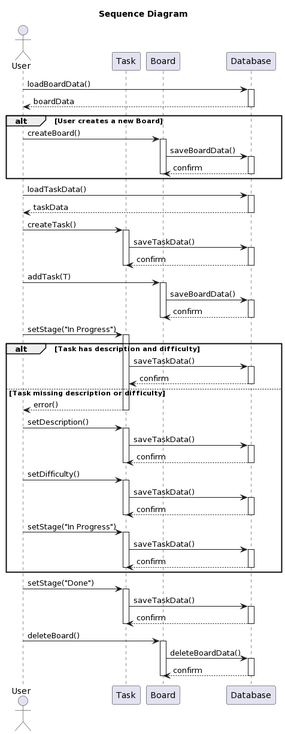
Before: diagrams/sequenceDiagram.png, a diagram exported from PlantUML (travisformayor/cli_kanban). Source of this version:
```plantuml
@startuml
title Sequence Diagram

actor User
participant "Task" as T
participant "Board" as B
participant "Database" as DB

User -> DB: loadBoardData()
activate DB
DB --> User: boardData
deactivate DB

alt User creates a new Board
  User -> B: createBoard()
  activate B
  B -> DB: saveBoardData()
  activate DB
  DB --> B: confirm
  deactivate DB
  deactivate B
end

User -> DB: loadTaskData()
activate DB
DB --> User: taskData
deactivate DB

User -> T: createTask()
activate T
T -> DB: saveTaskData()
activate DB
DB --> T: confirm
deactivate DB
deactivate T

User -> B: addTask(T)
activate B
B -> DB: saveBoardData()
activate DB
DB --> B: confirm
deactivate DB
deactivate B

User -> T: setStage("In Progress")
activate T
alt Task has description and difficulty
  T -> DB: saveTaskData()
  activate DB
  DB --> T: confirm
  deactivate DB
else Task missing description or difficulty
  T --> User: error()
  deactivate T
  User -> T: setDescription()
  activate T
  T -> DB: saveTaskData()
  activate DB
  DB --> T: confirm
  deactivate DB
  deactivate T
  User -> T: setDifficulty()
  activate T
  T -> DB: saveTaskData()
  activate DB
  DB --> T: confirm
  deactivate DB
  deactivate T
  User -> T: setStage("In Progress")
  activate T
  T -> DB: saveTaskData()
  activate DB
  DB --> T: confirm
  deactivate DB
  deactivate T
end

User -> T: setStage("Done")
activate T
T -> DB: saveTaskData()
activate DB
DB --> T: confirm
deactivate DB
deactivate T

User -> B: deleteBoard()
activate B
B -> DB: deleteBoardData()
activate DB
DB --> B: confirm
deactivate DB
deactivate B
@enduml
```
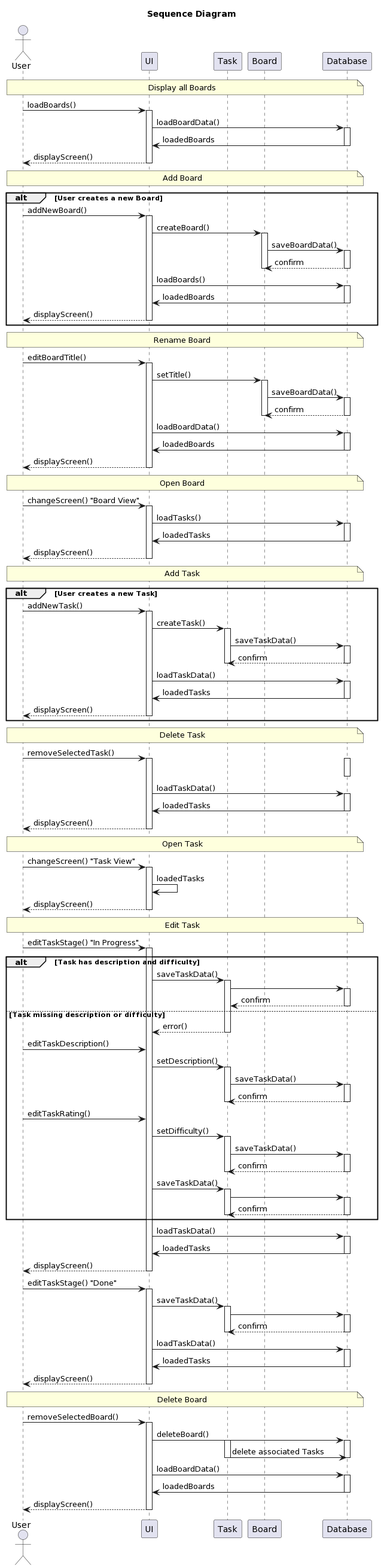
The same file after the commit.

Commit message:
update sequence diagram

Change to the diagram source:
```diff
@@ -2,92 +2,178 @@
 title Sequence Diagram
 
 actor User
+participant "UI" as UI
 participant "Task" as T
 participant "Board" as B
 participant "Database" as DB
 
-User -> DB: loadBoardData()
+note over User, DB: Display all Boards
+User -> UI: loadBoards()
+activate UI
+UI -> DB: loadBoardData()
 activate DB
-DB --> User: boardData
+DB -> UI: loadedBoards
 deactivate DB
+UI --> User: displayScreen()
+deactivate UI
 
+note over User, DB: Add Board
 alt User creates a new Board
-  User -> B: createBoard()
+  User -> UI: addNewBoard()
+  activate UI
+  UI -> B: createBoard()
   activate B
   B -> DB: saveBoardData()
   activate DB
   DB --> B: confirm
   deactivate DB
   deactivate B
+  UI -> DB: loadBoards()
+  activate DB
+  DB -> UI: loadedBoards
+  deactivate DB
+  UI --> User: displayScreen()
+  deactivate UI
 end
 
-User -> DB: loadTaskData()
-activate DB
-DB --> User: taskData
-deactivate DB
-
-User -> T: createTask()
-activate T
-T -> DB: saveTaskData()
-activate DB
-DB --> T: confirm
-deactivate DB
-deactivate T
-
-User -> B: addTask(T)
+note over User, DB: Rename Board
+User -> UI: editBoardTitle()
+activate UI
+UI -> B: setTitle()
 activate B
 B -> DB: saveBoardData()
 activate DB
 DB --> B: confirm
 deactivate DB
 deactivate B
+UI -> DB: loadBoardData()
+activate DB
+DB -> UI: loadedBoards
+deactivate DB
+UI --> User: displayScreen()
+deactivate UI
 
-User -> T: setStage("In Progress")
-activate T
-alt Task has description and difficulty
-  T -> DB: saveTaskData()
-  activate DB
-  DB --> T: confirm
-  deactivate DB
-else Task missing description or difficulty
-  T --> User: error()
-  deactivate T
-  User -> T: setDescription()
+note over User, DB: Open Board
+User -> UI: changeScreen() "Board View"
+activate UI
+UI -> DB: loadTasks()
+activate DB
+DB -> UI: loadedTasks
+deactivate DB
+UI --> User: displayScreen()
+deactivate UI
+
+note over User, DB: Add Task
+alt User creates a new Task
+  User -> UI: addNewTask()
+  activate UI
+  UI -> T: createTask()
   activate T
   T -> DB: saveTaskData()
   activate DB
   DB --> T: confirm
   deactivate DB
   deactivate T
-  User -> T: setDifficulty()
+  UI -> DB: loadTaskData()
+  activate DB
+  DB -> UI: loadedTasks
+  deactivate DB
+  UI --> User: displayScreen()
+  deactivate UI
+end
+
+note over User, DB: Delete Task
+User -> UI: removeSelectedTask()
+activate UI
+activate DB
+deactivate DB
+UI -> DB: loadTaskData()
+activate DB
+DB -> UI: loadedTasks
+deactivate DB
+UI --> User: displayScreen()
+deactivate UI
+
+note over User, DB: Open Task
+User -> UI: changeScreen() "Task View"
+activate UI
+UI -> UI: loadedTasks
+UI --> User: displayScreen()
+deactivate UI
+
+note over User, DB: Edit Task
+User -> UI: editTaskStage() "In Progress"
+activate UI
+alt Task has description and difficulty
+  UI -> T: saveTaskData()
+  activate T
+  T -> DB:
+  activate DB
+  DB --> T: confirm
+  deactivate DB
+else Task missing description or difficulty
+  T --> UI: error()
+  deactivate T
+  User -> UI: editTaskDescription()
+  UI -> T: setDescription()
   activate T
   T -> DB: saveTaskData()
   activate DB
   DB --> T: confirm
+  deactivate T
   deactivate DB
-  deactivate T
-  User -> T: setStage("In Progress")
+  User -> UI: editTaskRating()
+  UI -> T: setDifficulty()
   activate T
   T -> DB: saveTaskData()
+  activate DB
+  DB --> T: confirm
+  deactivate T
+  deactivate DB
+  UI -> T: saveTaskData()
+  activate T
+  T -> DB:
   activate DB
   DB --> T: confirm
   deactivate DB
   deactivate T
 end
+UI -> DB: loadTaskData()
+activate DB
+DB -> UI: loadedTasks
+deactivate DB
+UI --> User: displayScreen()
+deactivate UI
 
-User -> T: setStage("Done")
+User -> UI: editTaskStage() "Done"
+activate UI
+UI -> T: saveTaskData()
 activate T
-T -> DB: saveTaskData()
+T -> DB:
 activate DB
 DB --> T: confirm
+deactivate T
 deactivate DB
+UI -> DB: loadTaskData()
+activate DB
+DB -> UI: loadedTasks
+deactivate DB
+UI --> User: displayScreen()
+deactivate UI
+
+note over User, DB: Delete Board
+User -> UI: removeSelectedBoard()
+activate UI
+UI -> DB: deleteBoard()
+activate DB
+activate T
+T-> DB: delete associated Tasks
 deactivate T
-
-User -> B: deleteBoard()
-activate B
-B -> DB: deleteBoardData()
+deactivate DB
+UI -> DB: loadBoardData()
 activate DB
-DB --> B: confirm
+DB -> UI: loadedBoards
 deactivate DB
-deactivate B
+UI --> User: displayScreen()
+deactivate UI
 @enduml
```
